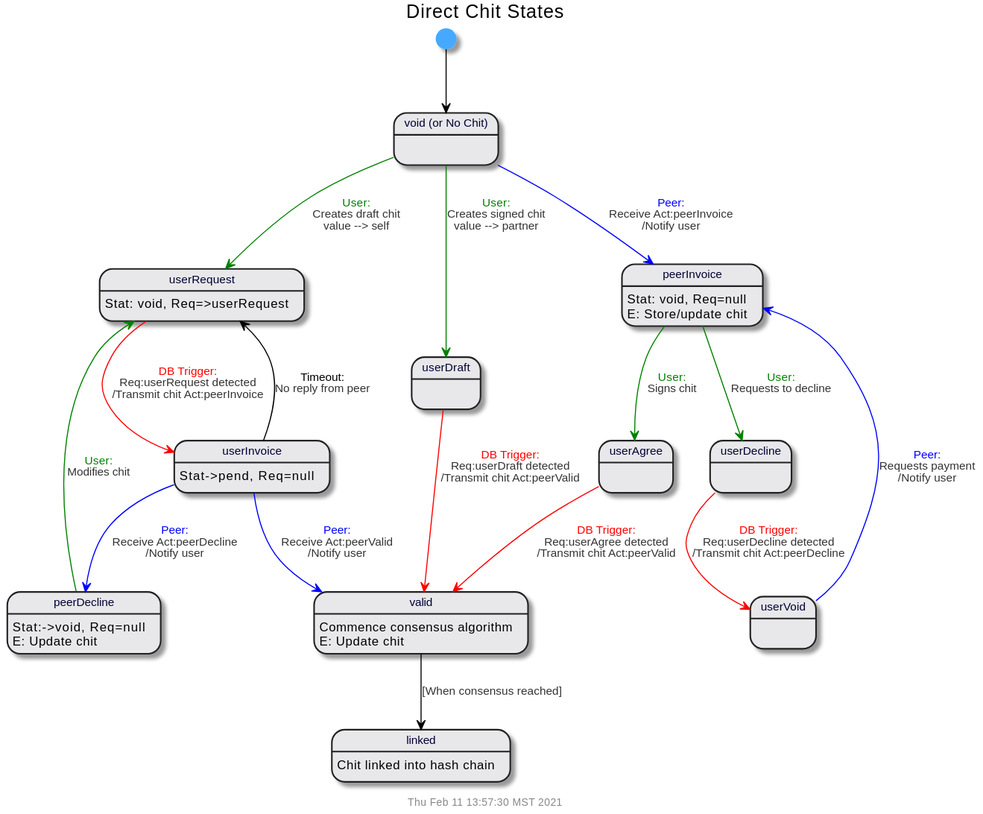
This is doc/uml/state-chit.svg from gotchoices/MyCHIPs, a PlantUML export, as it was before one commit.
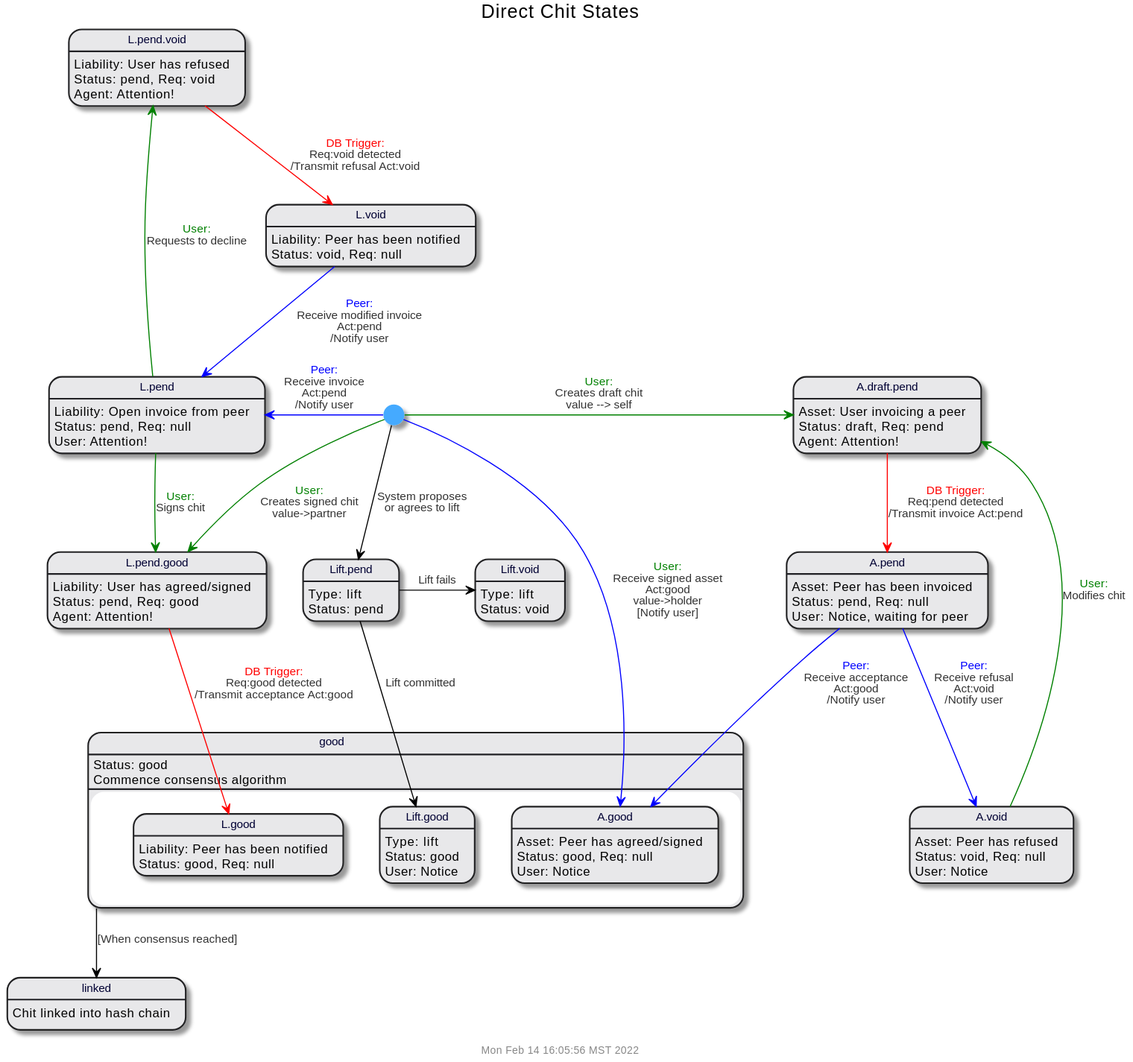
Later version of the same file.

Diff of the diagram source:
```diff
@@ -2,38 +2,85 @@
 !include common.puml
 
 $title(Direct Chit States)
-[*] --> void
-state "void (or No Chit)" as void
+state "L.pend.good" as lPendGood
+state "L.pend" as lPend
+state "L.pend.void" as lPendVoid
+state "L.void" as lVoid
+state "A.draft.pend" as aDraftPend
+state "A.pend" as aPend
+state "A.void" as aVoid
+state "Lift.pend" as liftPend
+state "Lift.void" as liftVoid
+state good {
+  state "L.good" as lGood
+  state "A.good" as aGood
+  state "Lift.good" as liftGood
+}
 
-userRequest: Stat: void, Req=>userRequest
-peerInvoice: Stat: void, Req=null
-peerInvoice : E: Store/update chit
-userInvoice: Stat->pend, Req=null
-peerDecline : Stat:->void, Req=null
-peerDecline : E: Update chit
-valid : Commence consensus algorithm
-valid : E: Update chit
+lPend: Liability: Open invoice from peer
+lPend: Status: pend, Req: null
+lPend: User: Attention!
+
+lPendVoid: Liability: User has refused
+lPendVoid: Status: pend, Req: void
+lPendVoid: Agent: Attention!
+
+lVoid: Liability: Peer has been notified
+lVoid: Status: void, Req: null
+
+lPendGood: Liability: User has agreed/signed
+lPendGood: Status: pend, Req: good
+lPendGood: Agent: Attention!
+
+lGood : Liability: Peer has been notified
+lGood : Status: good, Req: null
+
+aDraftPend: Asset: User invoicing a peer
+aDraftPend: Status: draft, Req: pend
+aDraftPend: Agent: Attention!
+
+aPend: Asset: Peer has been invoiced
+aPend: Status: pend, Req: null
+aPend: User: Notice, waiting for peer
+
+aVoid : Asset: Peer has refused
+aVoid : Status: void, Req: null
+aVoid : User: Notice
+
+aGood : Asset: Peer has agreed/signed
+aGood : Status: good, Req: null
+aGood : User: Notice
+
+good : Status: good
+good : Commence consensus algorithm
 linked : Chit linked into hash chain
 
-void -[$user]-> userRequest : $trans($user,Creates draft chit\nvalue --> self)
-void -[$peer]-> peerInvoice : $trans($peer,Receive Act:peerInvoice,'',Notify user)
+liftPend : Type: lift\nStatus: pend
+liftGood : Type: lift\nStatus: good
+liftGood : User: Notice
+liftVoid : Type: lift\nStatus: void
 
-userRequest -[$db]-> userInvoice : $trans($db,Req:userRequest detected,'',Transmit chit Act:peerInvoice)
-userInvoice --> userRequest : $trans(Timeout,No reply from peer)
-userInvoice -[$peer]-> peerDecline : $trans($peer,Receive Act:peerDecline,'',Notify user)
-peerDecline -[$user]-> userRequest : $trans($user,Modifies chit,'')
-userInvoice -[$peer]-> valid : $trans($peer,Receive Act:peerValid,'',Notify user)
+[*] -right[$user]-> aDraftPend : $trans($user,Creates draft chit\nvalue --> self)
+[*] -left[$peer]-> lPend : $trans($peer,Receive invoice\nAct:pend,'',Notify user)
+[*] -[$user]-> lPendGood : $trans($user,Creates signed chit\nvalue->partner)
+[*] -[$peer]-> aGood : $trans($user,Receive signed asset\nAct:good\nvalue->holder,Notify user)
 
-peerInvoice -[$user]-> userDecline : $trans($user, Requests to decline)
-userDecline -[$db]-> userVoid : $trans($db, Req:userDecline detected, '', Transmit chit Act:peerDecline)
-userVoid -[$peer]-> peerInvoice : $trans($peer,Requests payment,'',Notify user)
+aDraftPend -[$db]-> aPend : $trans($db,Req:pend detected,'',Transmit invoice Act:pend)
+aPend -[$peer]-> aVoid : $trans($peer,Receive refusal\nAct:void,'',Notify user)
+aVoid -[$user]-> aDraftPend : $trans($user,Modifies chit,'')
+aPend -[$peer]-> aGood : $trans($peer,Receive acceptance\nAct:good,'',Notify user)
 
-peerInvoice -[$user]-> userAgree : $trans($user, Signs chit)
-userAgree -[$db]-> valid : $trans($db, Req:userAgree detected,'', Transmit chit Act:peerValid)
+lPend -up[$user]-> lPendVoid : $trans($user, Requests to decline)
+lPendVoid -[$db]-> lVoid : $trans($db, Req:void detected, '', Transmit refusal Act:void)
+lVoid -[$peer]-> lPend : $trans($peer,Receive modified invoice\nAct:pend,'',Notify user)
 
-void -[$user]-> userDraft : $trans($user,Creates signed chit\nvalue --> partner)
-userDraft -[$db]-> valid : $trans($db, Req:userDraft detected,'', Transmit chit Act:peerValid)
+lPend -[$user]-> lPendGood : $trans($user, Signs chit)
+lPendGood -[$db]-> lGood : $trans($db, Req:good detected,'', Transmit acceptance Act:good)
 
-valid --> linked : [When consensus reached]
+good --> linked : [When consensus reached]
+
+[*] -right-> liftPend : System proposes\nor agrees to lift
+liftPend -right-> liftVoid : Lift fails
+liftPend --> liftGood : Lift committed
 
 @enduml
```
